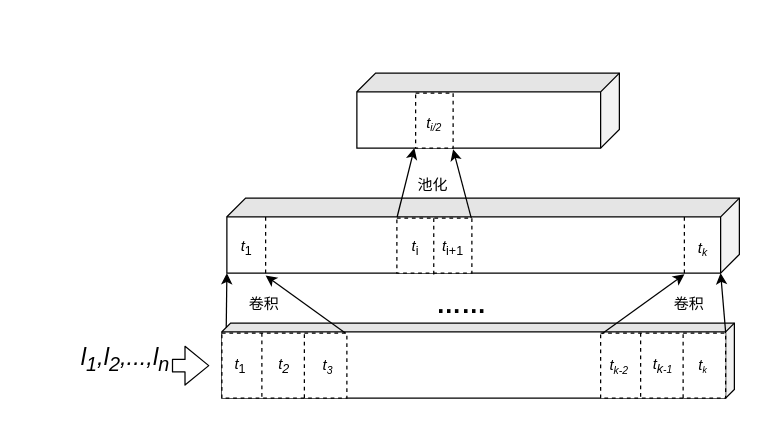
Before: 一维卷积.drawio in ByronGe/ff, a draw.io diagram. Source tidied: cells renumbered, new cells numbered last; positions are measured from the earlier drawing's top-left corner, leaving out a move shared by most shapes. Both pictures are drawn from the tidied source at 125%, with x=0, y=0 at pixel (81, 72).
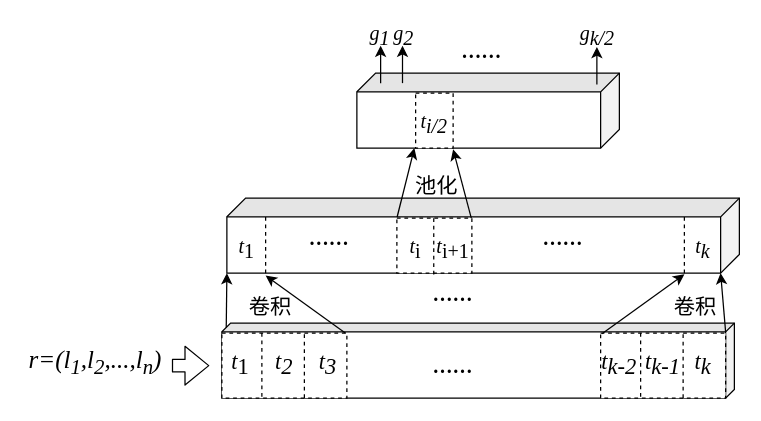
The same page after the edit.

Diff of the diagram source:
```diff
@@
-    <mxCell id="2" style="shape=cube;whiteSpace=wrap;html=1;boundedLbl=1;backgroundOutline=1;darkOpacity=0.05;darkOpacity2=0.1;direction=south;size=7;" parent="1" vertex="1">
+    <mxCell id="2" style="shape=cube;whiteSpace=wrap;html=1;boundedLbl=1;backgroundOutline=1;darkOpacity=0.05;darkOpacity2=0.1;direction=south;size=7;fontFamily=Times New Roman;" parent="1" vertex="1">
       <mxGeometry x="112" y="200" width="410" height="60" as="geometry" />
     </mxCell>
-    <mxCell id="3" style="shape=cube;whiteSpace=wrap;html=1;boundedLbl=1;backgroundOutline=1;darkOpacity=0.05;darkOpacity2=0.1;direction=south;size=15;" parent="1" vertex="1">
+    <mxCell id="3" style="shape=cube;whiteSpace=wrap;html=1;boundedLbl=1;backgroundOutline=1;darkOpacity=0.05;darkOpacity2=0.1;direction=south;size=15;fontFamily=Times New Roman;" parent="1" vertex="1">
       <mxGeometry x="116" y="100" width="410" height="60" as="geometry" />
     </mxCell>
-    <mxCell id="4" style="endArrow=classic;html=1;exitX=0;exitY=0;exitDx=3.5;exitDy=406.5;exitPerimeter=0;entryX=1;entryY=1;entryDx=0;entryDy=0;entryPerimeter=0;" parent="1" edge="1" source="2" target="3">
+    <mxCell id="4" style="endArrow=classic;html=1;exitX=0;exitY=0;exitDx=3.5;exitDy=406.5;exitPerimeter=0;entryX=1;entryY=1;entryDx=0;entryDy=0;entryPerimeter=0;fontFamily=Times New Roman;" parent="1" edge="1" source="2" target="3">
       <mxGeometry relative="1" as="geometry" />
     </mxCell>
-    <mxCell id="5" style="endArrow=classic;html=1;entryX=0;entryY=0;entryDx=59.99999999999999;entryDy=15;entryPerimeter=0;" parent="1" edge="1" target="3">
+    <mxCell id="5" style="endArrow=classic;html=1;entryX=0;entryY=0;entryDx=59.99999999999999;entryDy=15;entryPerimeter=0;fontFamily=Times New Roman;" parent="1" edge="1" target="3">
       <mxGeometry relative="1" as="geometry">
         <mxPoint x="515" y="207" as="sourcePoint" />
       </mxGeometry>
     </mxCell>
-    <mxCell id="6" value="&lt;i&gt;t&lt;sub&gt;2&lt;/sub&gt;&lt;/i&gt;" style="rounded=0;whiteSpace=wrap;html=1;dashed=1;" parent="1" vertex="1">
+    <mxCell id="6" value="&lt;i style=&quot;font-size: 18px;&quot;&gt;t&lt;sub style=&quot;font-size: 18px;&quot;&gt;2&lt;/sub&gt;&lt;/i&gt;" style="rounded=0;whiteSpace=wrap;html=1;dashed=1;fontFamily=Times New Roman;fontSize=18;" parent="1" vertex="1">
       <mxGeometry x="112" y="208" width="100" height="52" as="geometry" />
     </mxCell>
-    <mxCell id="7" style="endArrow=none;dashed=1;html=1;entryX=0.3;entryY=0;entryDx=0;entryDy=0;entryPerimeter=0;exitX=0.307;exitY=1.035;exitDx=0;exitDy=0;exitPerimeter=0;" parent="1" edge="1">
+    <mxCell id="7" style="endArrow=none;dashed=1;html=1;entryX=0.3;entryY=0;entryDx=0;entryDy=0;entryPerimeter=0;exitX=0.307;exitY=1.035;exitDx=0;exitDy=0;exitPerimeter=0;fontFamily=Times New Roman;fontSize=18;" parent="1" edge="1">
       <mxGeometry relative="1" as="geometry">
         <mxPoint x="144" y="258.8" as="sourcePoint" />
         <mxPoint x="144" y="205" as="targetPoint" />
       </mxGeometry>
     </mxCell>
-    <mxCell id="8" style="endArrow=none;dashed=1;html=1;entryX=0.3;entryY=0;entryDx=0;entryDy=0;entryPerimeter=0;exitX=0.307;exitY=1.035;exitDx=0;exitDy=0;exitPerimeter=0;" parent="1" edge="1">
+    <mxCell id="8" style="endArrow=none;dashed=1;html=1;entryX=0.3;entryY=0;entryDx=0;entryDy=0;entryPerimeter=0;exitX=0.307;exitY=1.035;exitDx=0;exitDy=0;exitPerimeter=0;fontFamily=Times New Roman;fontSize=18;" parent="1" edge="1">
       <mxGeometry relative="1" as="geometry">
         <mxPoint x="178" y="259.8" as="sourcePoint" />
         <mxPoint x="178" y="206" as="targetPoint" />
       </mxGeometry>
     </mxCell>
-    <mxCell id="9" style="endArrow=none;dashed=1;html=1;" parent="1" edge="1">
+    <mxCell id="9" style="endArrow=none;dashed=1;html=1;fontFamily=Times New Roman;fontSize=16;" parent="1" edge="1">
       <mxGeometry relative="1" as="geometry">
         <mxPoint x="147" y="160" as="sourcePoint" />
         <mxPoint x="147" y="115" as="targetPoint" />
       </mxGeometry>
     </mxCell>
-    <mxCell id="10" style="endArrow=classic;html=1;exitX=0.99;exitY=0.003;exitDx=0;exitDy=0;exitPerimeter=0;" parent="1" edge="1" source="6">
+    <mxCell id="10" style="endArrow=classic;html=1;exitX=0.99;exitY=0.003;exitDx=0;exitDy=0;exitPerimeter=0;fontFamily=Times New Roman;" parent="1" edge="1" source="6">
       <mxGeometry relative="1" as="geometry">
         <mxPoint x="147" y="162" as="targetPoint" />
       </mxGeometry>
     </mxCell>
-    <mxCell id="11" style="rounded=0;whiteSpace=wrap;html=1;dashed=1;" parent="1" vertex="1">
+    <mxCell id="11" style="rounded=0;whiteSpace=wrap;html=1;dashed=1;fontFamily=Times New Roman;fontSize=18;" parent="1" vertex="1">
       <mxGeometry x="415" y="208" width="100" height="52" as="geometry" />
     </mxCell>
-    <mxCell id="12" style="endArrow=none;dashed=1;html=1;entryX=0.3;entryY=0;entryDx=0;entryDy=0;entryPerimeter=0;exitX=0.307;exitY=1.035;exitDx=0;exitDy=0;exitPerimeter=0;" parent="1" edge="1">
+    <mxCell id="12" style="endArrow=none;dashed=1;html=1;entryX=0.3;entryY=0;entryDx=0;entryDy=0;entryPerimeter=0;exitX=0.307;exitY=1.035;exitDx=0;exitDy=0;exitPerimeter=0;fontFamily=Times New Roman;fontSize=18;" parent="1" edge="1">
       <mxGeometry relative="1" as="geometry">
         <mxPoint x="447" y="258.8" as="sourcePoint" />
         <mxPoint x="447" y="205" as="targetPoint" />
       </mxGeometry>
     </mxCell>
-    <mxCell id="13" style="endArrow=none;dashed=1;html=1;entryX=0.3;entryY=0;entryDx=0;entryDy=0;entryPerimeter=0;exitX=0.307;exitY=1.035;exitDx=0;exitDy=0;exitPerimeter=0;" parent="1" edge="1">
+    <mxCell id="13" style="endArrow=none;dashed=1;html=1;entryX=0.3;entryY=0;entryDx=0;entryDy=0;entryPerimeter=0;exitX=0.307;exitY=1.035;exitDx=0;exitDy=0;exitPerimeter=0;fontFamily=Times New Roman;fontSize=18;" parent="1" edge="1">
       <mxGeometry relative="1" as="geometry">
         <mxPoint x="481" y="259.8" as="sourcePoint" />
         <mxPoint x="481" y="206" as="targetPoint" />
       </mxGeometry>
     </mxCell>
-    <mxCell id="14" style="endArrow=none;dashed=1;html=1;" parent="1" edge="1">
+    <mxCell id="14" style="endArrow=none;dashed=1;html=1;fontFamily=Times New Roman;fontSize=16;" parent="1" edge="1">
       <mxGeometry relative="1" as="geometry">
         <mxPoint x="482" y="160" as="sourcePoint" />
         <mxPoint x="482" y="115" as="targetPoint" />
       </mxGeometry>
     </mxCell>
-    <mxCell id="15" style="endArrow=classic;html=1;entryX=0;entryY=0;entryDx=59.99999999999999;entryDy=15;entryPerimeter=0;exitX=0.011;exitY=0.011;exitDx=0;exitDy=0;exitPerimeter=0;" parent="1" edge="1" source="11">
+    <mxCell id="15" style="endArrow=classic;html=1;entryX=0;entryY=0;entryDx=59.99999999999999;entryDy=15;entryPerimeter=0;exitX=0.011;exitY=0.011;exitDx=0;exitDy=0;exitPerimeter=0;fontFamily=Times New Roman;" parent="1" edge="1" source="11">
       <mxGeometry relative="1" as="geometry">
         <mxPoint x="482" y="161" as="targetPoint" />
       </mxGeometry>
     </mxCell>
-    <mxCell id="16" value="&lt;b&gt;&lt;font style=&quot;font-size: 20px&quot;&gt;……&lt;/font&gt;&lt;/b&gt;" style="text;html=1;align=left;verticalAlign=top;spacingTop=-4;" parent="1" vertex="1">
-      <mxGeometry x="282" y="170" width="60" height="20" as="geometry" />
+    <mxCell id="16" value="&lt;b&gt;&lt;font style=&quot;font-size: 16px&quot;&gt;……&lt;/font&gt;&lt;/b&gt;" style="text;html=1;align=left;verticalAlign=top;spacingTop=-4;fontFamily=Times New Roman;" parent="1" vertex="1">
+      <mxGeometry x="278.5" y="165" width="50" height="20" as="geometry" />
     </mxCell>
-    <mxCell id="17" value="卷积" style="text;html=1;align=left;verticalAlign=top;spacingTop=-4;" parent="1" vertex="1">
+    <mxCell id="17" value="卷积" style="text;html=1;align=left;verticalAlign=top;spacingTop=-4;fontFamily=Times New Roman;fontSize=17;" parent="1" vertex="1">
       <mxGeometry x="132" y="175" width="40" height="10" as="geometry" />
     </mxCell>
-    <mxCell id="18" value="卷积" style="text;html=1;align=left;verticalAlign=top;spacingTop=-4;" parent="1" vertex="1">
+    <mxCell id="18" value="卷积" style="text;html=1;align=left;verticalAlign=top;spacingTop=-4;fontFamily=Times New Roman;fontSize=17;" parent="1" vertex="1">
       <mxGeometry x="472" y="175" width="40" height="10" as="geometry" />
     </mxCell>
-    <mxCell id="19" style="shape=cube;whiteSpace=wrap;html=1;boundedLbl=1;backgroundOutline=1;darkOpacity=0.05;darkOpacity2=0.1;direction=south;size=15;" parent="1" vertex="1">
+    <mxCell id="19" style="shape=cube;whiteSpace=wrap;html=1;boundedLbl=1;backgroundOutline=1;darkOpacity=0.05;darkOpacity2=0.1;direction=south;size=15;fontFamily=Times New Roman;fontSize=16;" parent="1" vertex="1">
       <mxGeometry x="220" width="210" height="60" as="geometry" />
     </mxCell>
-    <mxCell id="20" style="rounded=0;whiteSpace=wrap;html=1;dashed=1;" parent="1" vertex="1">
+    <mxCell id="20" style="rounded=0;whiteSpace=wrap;html=1;dashed=1;fontFamily=Times New Roman;fontSize=16;" parent="1" vertex="1">
       <mxGeometry x="252" y="116" width="60" height="44" as="geometry" />
     </mxCell>
-    <mxCell id="21" style="endArrow=none;dashed=1;html=1;" parent="1" edge="1">
+    <mxCell id="21" style="endArrow=none;dashed=1;html=1;fontFamily=Times New Roman;fontSize=16;" parent="1" edge="1">
       <mxGeometry relative="1" as="geometry">
         <mxPoint x="281.5" y="161" as="sourcePoint" />
         <mxPoint x="281.5" y="116" as="targetPoint" />
       </mxGeometry>
     </mxCell>
-    <mxCell id="22" style="rounded=0;whiteSpace=wrap;html=1;dashed=1;" parent="1" vertex="1">
+    <mxCell id="22" style="rounded=0;whiteSpace=wrap;html=1;dashed=1;fontFamily=Times New Roman;fontSize=16;" parent="1" vertex="1">
       <mxGeometry x="267" y="16" width="30" height="44" as="geometry" />
     </mxCell>
-    <mxCell id="23" style="endArrow=classic;html=1;exitX=0.004;exitY=0.024;exitDx=0;exitDy=0;exitPerimeter=0;" parent="1" edge="1">
+    <mxCell id="23" style="endArrow=classic;html=1;exitX=0.004;exitY=0.024;exitDx=0;exitDy=0;exitPerimeter=0;fontFamily=Times New Roman;" parent="1" edge="1">
       <mxGeometry relative="1" as="geometry">
         <mxPoint x="252.2" y="115.1" as="sourcePoint" />
         <mxPoint x="266" y="60" as="targetPoint" />
       </mxGeometry>
     </mxCell>
-    <mxCell id="24" style="endArrow=classic;html=1;exitX=0.992;exitY=-0.001;exitDx=0;exitDy=0;exitPerimeter=0;" parent="1" edge="1" source="20">
+    <mxCell id="24" style="endArrow=classic;html=1;exitX=0.992;exitY=-0.001;exitDx=0;exitDy=0;exitPerimeter=0;fontFamily=Times New Roman;" parent="1" edge="1" source="20">
       <mxGeometry relative="1" as="geometry">
         <mxPoint x="297" y="61" as="targetPoint" />
       </mxGeometry>
     </mxCell>
-    <mxCell id="25" value="池化" style="text;html=1;align=left;verticalAlign=top;spacingTop=-4;" parent="1" vertex="1">
-      <mxGeometry x="267" y="80" width="40" height="10" as="geometry" />
+    <mxCell id="25" value="池化" style="text;html=1;align=left;verticalAlign=top;spacingTop=-4;fontFamily=Times New Roman;fontSize=17;" parent="1" vertex="1">
+      <mxGeometry x="265" y="78" width="40" height="10" as="geometry" />
     </mxCell>
-    <mxCell id="26" value="&lt;i&gt;t&lt;span style=&quot;font-size: 10px&quot;&gt;&lt;sub&gt;3&lt;/sub&gt;&lt;/span&gt;&lt;/i&gt;" style="text;html=1;strokeColor=none;fillColor=none;align=center;verticalAlign=middle;whiteSpace=wrap;rounded=0;dashed=1;" parent="1" vertex="1">
+    <mxCell id="26" value="&lt;i style=&quot;font-size: 18px;&quot;&gt;t&lt;span style=&quot;font-size: 18px;&quot;&gt;&lt;sub style=&quot;font-size: 18px;&quot;&gt;3&lt;/sub&gt;&lt;/span&gt;&lt;/i&gt;" style="text;html=1;strokeColor=none;fillColor=none;align=center;verticalAlign=middle;whiteSpace=wrap;rounded=0;dashed=1;fontFamily=Times New Roman;fontSize=18;" parent="1" vertex="1">
       <mxGeometry x="192" y="224" width="10" height="20" as="geometry" />
     </mxCell>
-    <mxCell id="27" value="&lt;i&gt;t&lt;/i&gt;&lt;sub&gt;1&lt;/sub&gt;" style="text;html=1;strokeColor=none;fillColor=none;align=center;verticalAlign=middle;whiteSpace=wrap;rounded=0;dashed=1;" parent="1" vertex="1">
+    <mxCell id="27" value="&lt;i style=&quot;font-size: 18px;&quot;&gt;t&lt;/i&gt;&lt;sub style=&quot;font-size: 18px;&quot;&gt;1&lt;/sub&gt;" style="text;html=1;strokeColor=none;fillColor=none;align=center;verticalAlign=middle;whiteSpace=wrap;rounded=0;dashed=1;fontFamily=Times New Roman;fontSize=18;" parent="1" vertex="1">
       <mxGeometry x="122" y="224" width="10" height="20" as="geometry" />
     </mxCell>
-    <mxCell id="28" value="&lt;i&gt;t&lt;span style=&quot;font-size: 8.33333px&quot;&gt;&lt;sub&gt;k&lt;/sub&gt;&lt;/span&gt;&lt;/i&gt;" style="text;html=1;strokeColor=none;fillColor=none;align=center;verticalAlign=middle;whiteSpace=wrap;rounded=0;dashed=1;" parent="1" vertex="1">
+    <mxCell id="28" value="&lt;i style=&quot;font-size: 18px;&quot;&gt;t&lt;span style=&quot;font-size: 18px;&quot;&gt;&lt;sub style=&quot;font-size: 18px;&quot;&gt;k&lt;/sub&gt;&lt;/span&gt;&lt;/i&gt;" style="text;html=1;strokeColor=none;fillColor=none;align=center;verticalAlign=middle;whiteSpace=wrap;rounded=0;dashed=1;fontFamily=Times New Roman;fontSize=18;" parent="1" vertex="1">
       <mxGeometry x="492" y="224" width="10" height="20" as="geometry" />
     </mxCell>
-    <mxCell id="29" value="&lt;i&gt;t&lt;sub&gt;k&lt;/sub&gt;&lt;span style=&quot;font-size: 10px&quot;&gt;&lt;sub&gt;-1&lt;/sub&gt;&lt;/span&gt;&lt;/i&gt;" style="text;html=1;strokeColor=none;fillColor=none;align=center;verticalAlign=middle;whiteSpace=wrap;rounded=0;dashed=1;" parent="1" vertex="1">
+    <mxCell id="29" value="&lt;i style=&quot;font-size: 18px;&quot;&gt;t&lt;sub style=&quot;font-size: 18px;&quot;&gt;k&lt;/sub&gt;&lt;span style=&quot;font-size: 18px;&quot;&gt;&lt;sub style=&quot;font-size: 18px;&quot;&gt;-1&lt;/sub&gt;&lt;/span&gt;&lt;/i&gt;" style="text;html=1;strokeColor=none;fillColor=none;align=center;verticalAlign=middle;whiteSpace=wrap;rounded=0;dashed=1;fontFamily=Times New Roman;fontSize=18;" parent="1" vertex="1">
       <mxGeometry x="450" y="224" width="30" height="20" as="geometry" />
     </mxCell>
-    <mxCell id="30" value="&lt;i&gt;t&lt;span style=&quot;font-size: 10px&quot;&gt;&lt;sub&gt;k-2&lt;/sub&gt;&lt;/span&gt;&lt;/i&gt;" style="text;html=1;strokeColor=none;fillColor=none;align=center;verticalAlign=middle;whiteSpace=wrap;rounded=0;dashed=1;" parent="1" vertex="1">
+    <mxCell id="30" value="&lt;i style=&quot;font-size: 18px;&quot;&gt;t&lt;span style=&quot;font-size: 18px;&quot;&gt;&lt;sub style=&quot;font-size: 18px;&quot;&gt;k-2&lt;/sub&gt;&lt;/span&gt;&lt;/i&gt;" style="text;html=1;strokeColor=none;fillColor=none;align=center;verticalAlign=middle;whiteSpace=wrap;rounded=0;dashed=1;fontFamily=Times New Roman;fontSize=18;" parent="1" vertex="1">
       <mxGeometry x="415" y="224" width="30" height="20" as="geometry" />
     </mxCell>
-    <mxCell id="31" value="&lt;i&gt;t&lt;/i&gt;&lt;sub&gt;1&lt;/sub&gt;" style="text;html=1;strokeColor=none;fillColor=none;align=center;verticalAlign=middle;whiteSpace=wrap;rounded=0;dashed=1;" parent="1" vertex="1">
+    <mxCell id="31" value="&lt;i style=&quot;font-size: 16px;&quot;&gt;t&lt;/i&gt;&lt;sub style=&quot;font-size: 16px;&quot;&gt;1&lt;/sub&gt;" style="text;html=1;strokeColor=none;fillColor=none;align=center;verticalAlign=middle;whiteSpace=wrap;rounded=0;dashed=1;fontFamily=Times New Roman;fontSize=16;" parent="1" vertex="1">
       <mxGeometry x="127" y="130" width="10" height="20" as="geometry" />
     </mxCell>
-    <mxCell id="32" value="&lt;i&gt;t&lt;/i&gt;&lt;sub&gt;i&lt;/sub&gt;" style="text;html=1;strokeColor=none;fillColor=none;align=center;verticalAlign=middle;whiteSpace=wrap;rounded=0;dashed=1;" parent="1" vertex="1">
+    <mxCell id="32" value="&lt;i style=&quot;font-size: 16px;&quot;&gt;t&lt;/i&gt;&lt;sub style=&quot;font-size: 16px;&quot;&gt;i&lt;/sub&gt;" style="text;html=1;strokeColor=none;fillColor=none;align=center;verticalAlign=middle;whiteSpace=wrap;rounded=0;dashed=1;fontFamily=Times New Roman;fontSize=16;" parent="1" vertex="1">
       <mxGeometry x="262" y="130" width="10" height="20" as="geometry" />
     </mxCell>
-    <mxCell id="33" value="&lt;i&gt;t&lt;/i&gt;&lt;sub&gt;i+1&lt;/sub&gt;" style="text;html=1;strokeColor=none;fillColor=none;align=center;verticalAlign=middle;whiteSpace=wrap;rounded=0;dashed=1;" parent="1" vertex="1">
+    <mxCell id="33" value="&lt;i style=&quot;font-size: 16px;&quot;&gt;t&lt;/i&gt;&lt;sub style=&quot;font-size: 16px;&quot;&gt;i+1&lt;/sub&gt;" style="text;html=1;strokeColor=none;fillColor=none;align=center;verticalAlign=middle;whiteSpace=wrap;rounded=0;dashed=1;fontFamily=Times New Roman;fontSize=16;" parent="1" vertex="1">
       <mxGeometry x="292" y="130" width="10" height="20" as="geometry" />
     </mxCell>
-    <mxCell id="34" value="&lt;i&gt;t&lt;span style=&quot;font-size: 10px&quot;&gt;&lt;sub&gt;k&lt;/sub&gt;&lt;/span&gt;&lt;/i&gt;" style="text;html=1;strokeColor=none;fillColor=none;align=center;verticalAlign=middle;whiteSpace=wrap;rounded=0;dashed=1;" parent="1" vertex="1">
+    <mxCell id="34" value="&lt;i style=&quot;font-size: 16px;&quot;&gt;t&lt;span style=&quot;font-size: 16px;&quot;&gt;&lt;sub style=&quot;font-size: 16px;&quot;&gt;k&lt;/sub&gt;&lt;/span&gt;&lt;/i&gt;" style="text;html=1;strokeColor=none;fillColor=none;align=center;verticalAlign=middle;whiteSpace=wrap;rounded=0;dashed=1;fontFamily=Times New Roman;fontSize=16;" parent="1" vertex="1">
       <mxGeometry x="492" y="130" width="10" height="20" as="geometry" />
     </mxCell>
-    <mxCell id="35" value="&lt;i&gt;t&lt;span style=&quot;font-size: 10px&quot;&gt;&lt;sub&gt;i/2&lt;/sub&gt;&lt;/span&gt;&lt;/i&gt;" style="text;html=1;strokeColor=none;fillColor=none;align=center;verticalAlign=middle;whiteSpace=wrap;rounded=0;dashed=1;" parent="1" vertex="1">
+    <mxCell id="35" value="&lt;i style=&quot;font-size: 16px;&quot;&gt;t&lt;span style=&quot;font-size: 16px;&quot;&gt;&lt;sub style=&quot;font-size: 16px;&quot;&gt;i/2&lt;/sub&gt;&lt;/span&gt;&lt;/i&gt;" style="text;html=1;strokeColor=none;fillColor=none;align=center;verticalAlign=middle;whiteSpace=wrap;rounded=0;dashed=1;fontFamily=Times New Roman;fontSize=16;" parent="1" vertex="1">
       <mxGeometry x="277" y="30" width="10" height="20" as="geometry" />
     </mxCell>
-    <mxCell id="36" value="&lt;font style=&quot;font-size: 19px&quot;&gt;&lt;i&gt;l&lt;sub&gt;1&lt;/sub&gt;,l&lt;sub&gt;2&lt;/sub&gt;,...,l&lt;sub&gt;n&lt;/sub&gt;&lt;/i&gt;&lt;/font&gt;" style="text;html=1;strokeColor=none;fillColor=none;align=center;verticalAlign=middle;whiteSpace=wrap;rounded=0;dashed=1;" parent="1" vertex="1">
-      <mxGeometry y="214.5" width="70" height="31" as="geometry" />
+    <mxCell id="36" value="&lt;font style=&quot;font-size: 20px&quot;&gt;&lt;font style=&quot;font-size: 20px&quot;&gt;&lt;i&gt;r=(l&lt;sub&gt;1&lt;/sub&gt;,l&lt;sub&gt;2&lt;/sub&gt;,...,l&lt;sub&gt;n&lt;/sub&gt;&lt;/i&gt;&lt;/font&gt;&lt;i&gt;)&lt;/i&gt;&lt;/font&gt;" style="text;html=1;strokeColor=none;fillColor=none;align=center;verticalAlign=middle;whiteSpace=wrap;rounded=0;dashed=1;fontFamily=Times New Roman;" parent="1" vertex="1">
+      <mxGeometry x="-48" y="215" width="118" height="31" as="geometry" />
     </mxCell>
-    <mxCell id="37" style="shape=flexArrow;endArrow=classic;html=1;" parent="1" edge="1">
+    <mxCell id="37" style="shape=flexArrow;endArrow=classic;html=1;fontFamily=Times New Roman;" parent="1" edge="1">
       <mxGeometry relative="1" as="geometry">
         <mxPoint x="72" y="234" as="sourcePoint" />
         <mxPoint x="102" y="234" as="targetPoint" />
       </mxGeometry>
     </mxCell>
+    <mxCell id="38" style="endArrow=classic;html=1;fontFamily=Times New Roman;fontSize=16;" parent="1" edge="1">
+      <mxGeometry relative="1" as="geometry">
+        <mxPoint x="239" y="8" as="sourcePoint" />
+        <mxPoint x="239" y="-22" as="targetPoint" />
+      </mxGeometry>
+    </mxCell>
+    <mxCell id="39" value="&lt;i style=&quot;font-size: 16px;&quot;&gt;g&lt;sub style=&quot;font-size: 16px;&quot;&gt;1&lt;/sub&gt;&lt;/i&gt;" style="text;html=1;strokeColor=none;fillColor=none;align=center;verticalAlign=middle;whiteSpace=wrap;rounded=0;fontFamily=Times New Roman;fontSize=16;" parent="1" vertex="1">
+      <mxGeometry x="233" y="-40" width="11" height="20" as="geometry" />
+    </mxCell>
+    <mxCell id="40" value="&lt;i style=&quot;font-size: 16px;&quot;&gt;g&lt;sub style=&quot;font-size: 16px;&quot;&gt;2&lt;/sub&gt;&lt;/i&gt;" style="text;html=1;strokeColor=none;fillColor=none;align=center;verticalAlign=middle;whiteSpace=wrap;rounded=0;fontFamily=Times New Roman;fontSize=16;" parent="1" vertex="1">
+      <mxGeometry x="252" y="-40" width="11" height="20" as="geometry" />
+    </mxCell>
+    <mxCell id="41" style="endArrow=classic;html=1;fontFamily=Times New Roman;fontSize=16;" parent="1" edge="1">
+      <mxGeometry relative="1" as="geometry">
+        <mxPoint x="256.5" y="8" as="sourcePoint" />
+        <mxPoint x="256.5" y="-22" as="targetPoint" />
+      </mxGeometry>
+    </mxCell>
+    <mxCell id="42" style="endArrow=classic;html=1;fontFamily=Times New Roman;fontSize=16;" parent="1" edge="1">
+      <mxGeometry relative="1" as="geometry">
+        <mxPoint x="412" y="9" as="sourcePoint" />
+        <mxPoint x="412" y="-21" as="targetPoint" />
+      </mxGeometry>
+    </mxCell>
+    <mxCell id="43" value="&lt;i style=&quot;font-size: 16px;&quot;&gt;g&lt;sub style=&quot;font-size: 16px;&quot;&gt;k/2&lt;/sub&gt;&lt;/i&gt;" style="text;html=1;strokeColor=none;fillColor=none;align=center;verticalAlign=middle;whiteSpace=wrap;rounded=0;fontFamily=Times New Roman;fontSize=16;" parent="1" vertex="1">
+      <mxGeometry x="407" y="-40" width="11" height="20" as="geometry" />
+    </mxCell>
+    <mxCell id="44" value="&lt;b&gt;&lt;font style=&quot;font-size: 16px&quot;&gt;……&lt;/font&gt;&lt;/b&gt;" style="text;html=1;align=left;verticalAlign=top;spacingTop=-4;fontFamily=Times New Roman;fontSize=18;" parent="1" vertex="1">
+      <mxGeometry x="278.5" y="220.5" width="50" height="20" as="geometry" />
+    </mxCell>
+    <mxCell id="45" value="&lt;b style=&quot;font-size: 16px;&quot;&gt;&lt;font style=&quot;font-size: 16px;&quot;&gt;……&lt;/font&gt;&lt;/b&gt;" style="text;html=1;align=left;verticalAlign=top;spacingTop=-4;fontFamily=Times New Roman;fontSize=16;" parent="1" vertex="1">
+      <mxGeometry x="367" y="120" width="60" height="20" as="geometry" />
+    </mxCell>
+    <mxCell id="46" value="&lt;b style=&quot;font-size: 16px;&quot;&gt;&lt;font style=&quot;font-size: 16px;&quot;&gt;……&lt;/font&gt;&lt;/b&gt;" style="text;html=1;align=left;verticalAlign=top;spacingTop=-4;fontFamily=Times New Roman;fontSize=16;" parent="1" vertex="1">
+      <mxGeometry x="180" y="120" width="60" height="20" as="geometry" />
+    </mxCell>
+    <mxCell id="47" value="&lt;b style=&quot;font-size: 16px;&quot;&gt;&lt;font style=&quot;font-size: 16px;&quot;&gt;……&lt;/font&gt;&lt;/b&gt;" style="text;html=1;align=left;verticalAlign=top;spacingTop=-4;fontFamily=Times New Roman;fontSize=16;" parent="1" vertex="1">
+      <mxGeometry x="302" y="-30" width="60" height="20" as="geometry" />
+    </mxCell>
```
